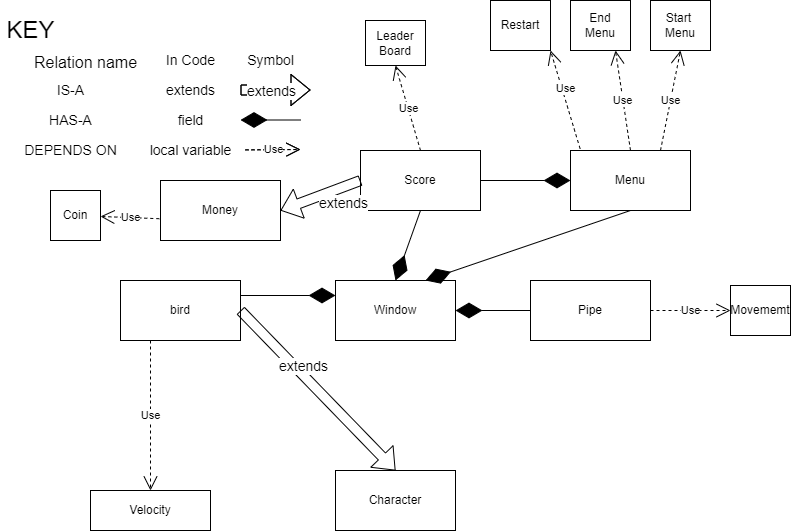
Earlier version of the draw.io export CapstoneProject/doc/UML.png (dgolan667/capstoneproject-period-2-group-7-black-team). Source tidied: cells renumbered, new cells last; positions are measured from the earlier drawing's top-left corner, leaving out a move shared by most shapes.
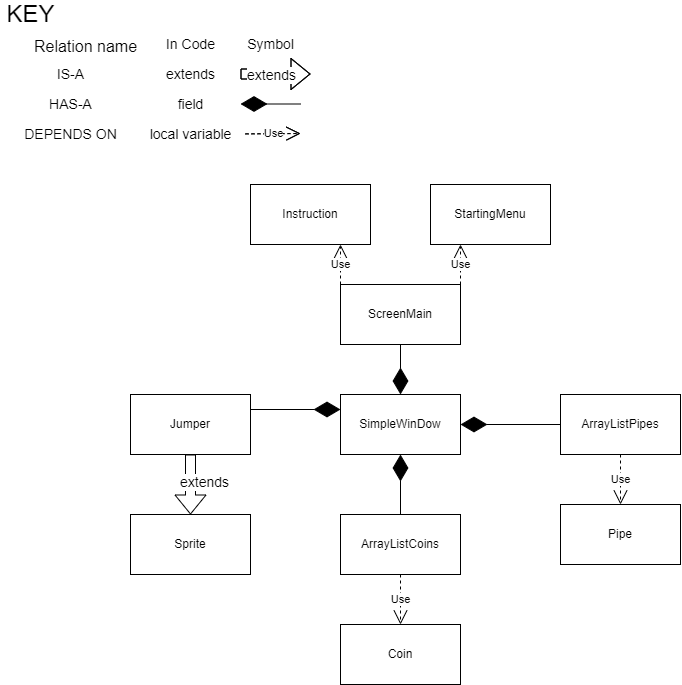
The same file after the commit.

Diff of the diagram source:
```diff
@@ -2,26 +2,23 @@
   <root>
     <mxCell id="0" />
     <mxCell id="1" parent="0" />
-    <mxCell id="2" value="Character" style="rounded=0;whiteSpace=wrap;html=1;" parent="1" vertex="1">
-      <mxGeometry x="335" y="470" width="120" height="60" as="geometry" />
+    <mxCell id="2" value="Sprite" style="rounded=0;whiteSpace=wrap;html=1;" parent="1" vertex="1">
+      <mxGeometry x="130" y="530" width="120" height="60" as="geometry" />
     </mxCell>
-    <mxCell id="3" value="Menu" style="rounded=0;whiteSpace=wrap;html=1;" parent="1" vertex="1">
-      <mxGeometry x="570" y="150" width="120" height="60" as="geometry" />
+    <mxCell id="3" value="StartingMenu" style="rounded=0;whiteSpace=wrap;html=1;" parent="1" vertex="1">
+      <mxGeometry x="430" y="200" width="120" height="60" as="geometry" />
     </mxCell>
-    <mxCell id="4" value="Score" style="rounded=0;whiteSpace=wrap;html=1;" parent="1" vertex="1">
-      <mxGeometry x="360" y="150" width="120" height="60" as="geometry" />
+    <mxCell id="4" value="Instruction" style="rounded=0;whiteSpace=wrap;html=1;" parent="1" vertex="1">
+      <mxGeometry x="250" y="200" width="120" height="60" as="geometry" />
     </mxCell>
-    <mxCell id="5" value="Window" style="whiteSpace=wrap;html=1;" parent="1" vertex="1">
-      <mxGeometry x="335" y="280" width="120" height="60" as="geometry" />
+    <mxCell id="5" value="SimpleWinDow" style="whiteSpace=wrap;html=1;" parent="1" vertex="1">
+      <mxGeometry x="340" y="410" width="120" height="60" as="geometry" />
     </mxCell>
-    <mxCell id="6" value="Pipe" style="whiteSpace=wrap;html=1;" parent="1" vertex="1">
-      <mxGeometry x="530" y="280" width="120" height="60" as="geometry" />
+    <mxCell id="6" value="ArrayListPipes" style="whiteSpace=wrap;html=1;" parent="1" vertex="1">
+      <mxGeometry x="560" y="410" width="120" height="60" as="geometry" />
     </mxCell>
-    <mxCell id="7" value="Money" style="whiteSpace=wrap;html=1;" parent="1" vertex="1">
-      <mxGeometry x="160" y="180" width="120" height="60" as="geometry" />
-    </mxCell>
-    <mxCell id="8" value="bird&lt;br&gt;" style="whiteSpace=wrap;html=1;" parent="1" vertex="1">
-      <mxGeometry x="120" y="280" width="120" height="60" as="geometry" />
+    <mxCell id="8" value="Jumper" style="whiteSpace=wrap;html=1;" parent="1" vertex="1">
+      <mxGeometry x="130" y="410" width="120" height="60" as="geometry" />
     </mxCell>
     <mxCell id="9" value="&lt;font style=&quot;font-size: 24px&quot;&gt;KEY&lt;/font&gt;" style="text;html=1;align=center;verticalAlign=middle;strokeColor=none;fillColor=none;" parent="1" vertex="1">
       <mxGeometry y="20" width="60" height="20" as="geometry" />
@@ -38,9 +35,6 @@
     <mxCell id="13" value="IS-A" style="text;html=1;align=center;verticalAlign=middle;strokeColor=none;fillColor=none;fontSize=14;" parent="1" vertex="1">
       <mxGeometry x="50" y="80" width="40" height="20" as="geometry" />
     </mxCell>
-    <mxCell id="14" value="Movememt" style="rounded=0;whiteSpace=wrap;html=1;" parent="1" vertex="1">
-      <mxGeometry x="730" y="285" width="60" height="50" as="geometry" />
-    </mxCell>
     <mxCell id="15" value="HAS-A" style="text;html=1;align=center;verticalAlign=middle;strokeColor=none;fillColor=none;fontSize=14;" parent="1" vertex="1">
       <mxGeometry x="40" y="110" width="60" height="20" as="geometry" />
     </mxCell>
@@ -53,9 +47,6 @@
     <mxCell id="18" value="field" style="text;html=1;align=center;verticalAlign=middle;strokeColor=none;fillColor=none;fontSize=14;" parent="1" vertex="1">
       <mxGeometry x="170" y="110" width="40" height="20" as="geometry" />
     </mxCell>
-    <mxCell id="19" value="Velocity" style="rounded=0;whiteSpace=wrap;html=1;" parent="1" vertex="1">
-      <mxGeometry x="90" y="490" width="120" height="40" as="geometry" />
-    </mxCell>
     <mxCell id="20" value="local variable" style="text;html=1;align=center;verticalAlign=middle;strokeColor=none;fillColor=none;fontSize=14;" parent="1" vertex="1">
       <mxGeometry x="140" y="140" width="100" height="20" as="geometry" />
     </mxCell>
@@ -65,9 +56,6 @@
         <mxPoint x="300" y="149" as="targetPoint" />
       </mxGeometry>
     </mxCell>
-    <mxCell id="22" style="endArrow=diamondThin;endFill=1;endSize=24;html=1;rounded=0;exitX=1;exitY=0.5;exitDx=0;exitDy=0;entryX=0;entryY=0.5;entryDx=0;entryDy=0;" parent="1" edge="1" source="4" target="3">
-      <mxGeometry relative="1" as="geometry" />
-    </mxCell>
     <mxCell id="23" style="endArrow=diamondThin;endFill=1;endSize=24;html=1;rounded=0;exitX=0;exitY=0;exitDx=0;exitDy=0;" parent="1" edge="1">
       <mxGeometry relative="1" as="geometry">
         <mxPoint x="300" y="119.5" as="sourcePoint" />
@@ -96,7 +84,7 @@
         <mxPoint x="7" y="7" as="offset" />
       </mxGeometry>
     </mxCell>
-    <mxCell id="28" style="shape=flexArrow;endArrow=classic;html=1;rounded=0;fontSize=14;exitX=1;exitY=0.5;exitDx=0;exitDy=0;entryX=0.5;entryY=0;entryDx=0;entryDy=0;" parent="1" edge="1" source="8" target="2">
+    <mxCell id="28" style="shape=flexArrow;endArrow=classic;html=1;rounded=0;fontSize=14;exitX=0.5;exitY=1;exitDx=0;exitDy=0;entryX=0.5;entryY=0;entryDx=0;entryDy=0;" parent="1" edge="1" source="8" target="2">
       <mxGeometry relative="1" as="geometry" />
     </mxCell>
     <mxCell id="29" value="extends" style="edgeLabel;html=1;align=center;verticalAlign=middle;fontSize=14;" parent="28" vertex="1">
@@ -104,69 +92,49 @@
         <mxPoint x="7" y="7" as="offset" />
       </mxGeometry>
     </mxCell>
-    <mxCell id="30" value="Use" style="endArrow=open;endSize=12;dashed=1;html=1;rounded=0;exitX=1;exitY=0.5;exitDx=0;exitDy=0;entryX=0;entryY=0.5;entryDx=0;entryDy=0;" parent="1" edge="1" source="6" target="14">
-      <mxGeometry relative="1" as="geometry" />
-    </mxCell>
-    <mxCell id="31" value="Use" style="endArrow=open;endSize=12;dashed=1;html=1;rounded=0;entryX=0.5;entryY=0;entryDx=0;entryDy=0;exitX=0.25;exitY=1;exitDx=0;exitDy=0;" parent="1" edge="1" source="8" target="19">
-      <mxGeometry relative="1" as="geometry" />
-    </mxCell>
-    <mxCell id="32" style="endArrow=diamondThin;endFill=1;endSize=24;html=1;rounded=0;entryX=0.5;entryY=0;entryDx=0;entryDy=0;exitX=0.5;exitY=1;exitDx=0;exitDy=0;" parent="1" edge="1" source="4" target="5">
-      <mxGeometry relative="1" as="geometry" />
-    </mxCell>
     <mxCell id="33" style="endArrow=diamondThin;endFill=1;endSize=24;html=1;rounded=0;entryX=1;entryY=0.5;entryDx=0;entryDy=0;" parent="1" edge="1" source="6" target="5">
       <mxGeometry relative="1" as="geometry" />
     </mxCell>
     <mxCell id="34" style="endArrow=diamondThin;endFill=1;endSize=24;html=1;rounded=0;entryX=0;entryY=0.25;entryDx=0;entryDy=0;exitX=1;exitY=0.25;exitDx=0;exitDy=0;" parent="1" edge="1" source="8" target="5">
       <mxGeometry relative="1" as="geometry" />
     </mxCell>
-    <mxCell id="35" style="endArrow=diamondThin;endFill=1;endSize=24;html=1;rounded=0;exitX=0.5;exitY=1;exitDx=0;exitDy=0;entryX=0.75;entryY=0;entryDx=0;entryDy=0;" parent="1" edge="1" source="3" target="5">
-      <mxGeometry relative="1" as="geometry" />
-    </mxCell>
+    <mxCell id="45" value="Use" style="endArrow=open;endSize=12;dashed=1;html=1;rounded=0;" parent="1" edge="1">
+      <mxGeometry relative="1" as="geometry">
+        <mxPoint x="245" y="149.4" as="sourcePoint" />
+        <mxPoint x="300" y="149" as="targetPoint" />
+      </mxGeometry>
+    </mxCell>
+    <mxCell id="49" value="Use" style="endArrow=open;endSize=12;dashed=1;html=1;rounded=0;exitX=0.5;exitY=1;exitDx=0;exitDy=0;entryX=0.5;entryY=0;entryDx=0;entryDy=0;" parent="1" edge="1" source="6" target="50">
+      <mxGeometry relative="1" as="geometry" />
+    </mxCell>
+    <mxCell id="50" value="Pipe" style="whiteSpace=wrap;html=1;" parent="1" vertex="1">
+      <mxGeometry x="560" y="520" width="120" height="60" as="geometry" />
+    </mxCell>
+    <mxCell id="51" value="ArrayListCoins" style="whiteSpace=wrap;html=1;" parent="1" vertex="1">
+      <mxGeometry x="340" y="530" width="120" height="60" as="geometry" />
+    </mxCell>
+    <mxCell id="52" style="endArrow=diamondThin;endFill=1;endSize=24;html=1;rounded=0;exitX=0.5;exitY=0;exitDx=0;exitDy=0;entryX=0.5;entryY=1;entryDx=0;entryDy=0;" parent="1" edge="1" source="51" target="5">
+      <mxGeometry relative="1" as="geometry" />
+    </mxCell>
-    <mxCell id="36" value="Coin" style="rounded=0;whiteSpace=wrap;html=1;" parent="1" vertex="1">
-      <mxGeometry x="50" y="190" width="50" height="50" as="geometry" />
+    <mxCell id="36" value="Coin" style="whiteSpace=wrap;html=1;" parent="1" vertex="1">
+      <mxGeometry x="340" y="640" width="120" height="60" as="geometry" />
     </mxCell>
-    <mxCell id="37" value="Use" style="endArrow=open;endSize=12;dashed=1;html=1;rounded=0;entryX=0.75;entryY=1;entryDx=0;entryDy=0;exitX=0.5;exitY=0;exitDx=0;exitDy=0;" parent="1" edge="1" source="3" target="39">
-      <mxGeometry relative="1" as="geometry" />
-    </mxCell>
-    <mxCell id="38" value="Use" style="endArrow=open;endSize=12;dashed=1;html=1;rounded=0;entryX=0.5;entryY=1;entryDx=0;entryDy=0;exitX=0.75;exitY=0;exitDx=0;exitDy=0;" parent="1" edge="1" source="3" target="40">
-      <mxGeometry relative="1" as="geometry" />
-    </mxCell>
-    <mxCell id="39" value="End&lt;br&gt;Menu" style="rounded=0;whiteSpace=wrap;html=1;" parent="1" vertex="1">
-      <mxGeometry x="570" width="60" height="50" as="geometry" />
-    </mxCell>
-    <mxCell id="40" value="Start&amp;nbsp;&lt;br&gt;Menu" style="rounded=0;whiteSpace=wrap;html=1;" parent="1" vertex="1">
-      <mxGeometry x="650" width="60" height="50" as="geometry" />
-    </mxCell>
-    <mxCell id="41" value="Leader&lt;br&gt;Board" style="rounded=0;whiteSpace=wrap;html=1;" parent="1" vertex="1">
-      <mxGeometry x="365" y="20" width="60" height="45" as="geometry" />
-    </mxCell>
-    <mxCell id="42" value="Restart" style="rounded=0;whiteSpace=wrap;html=1;" parent="1" vertex="1">
-      <mxGeometry x="490" width="60" height="50" as="geometry" />
-    </mxCell>
-    <mxCell id="43" value="Use" style="endArrow=open;endSize=12;dashed=1;html=1;rounded=0;entryX=1;entryY=1;entryDx=0;entryDy=0;exitX=0.08;exitY=-0.03;exitDx=0;exitDy=0;exitPerimeter=0;" parent="1" edge="1" source="3" target="42">
-      <mxGeometry x="0.21" y="-3" relative="1" as="geometry" />
-    </mxCell>
-    <mxCell id="44" value="Use" style="endArrow=open;endSize=12;dashed=1;html=1;rounded=0;exitX=-0.01;exitY=0.637;exitDx=0;exitDy=0;exitPerimeter=0;" parent="1" edge="1" source="7" target="36">
-      <mxGeometry relative="1" as="geometry" />
-    </mxCell>
-    <mxCell id="45" value="Use" style="endArrow=open;endSize=12;dashed=1;html=1;rounded=0;" parent="1" edge="1">
-      <mxGeometry relative="1" as="geometry">
-        <mxPoint x="245" y="149.4" as="sourcePoint" />
-        <mxPoint x="300" y="149" as="targetPoint" />
-      </mxGeometry>
-    </mxCell>
-    <mxCell id="46" value="Use" style="endArrow=open;endSize=12;dashed=1;html=1;rounded=0;entryX=0.5;entryY=1;entryDx=0;entryDy=0;" parent="1" edge="1" target="41">
-      <mxGeometry relative="1" as="geometry">
-        <mxPoint x="420" y="150" as="sourcePoint" />
-      </mxGeometry>
-    </mxCell>
-    <mxCell id="47" style="shape=flexArrow;endArrow=classic;html=1;rounded=0;fontSize=14;entryX=1;entryY=0.5;entryDx=0;entryDy=0;exitX=0;exitY=0.5;exitDx=0;exitDy=0;" parent="1" edge="1" source="4" target="7">
-      <mxGeometry relative="1" as="geometry" />
-    </mxCell>
-    <mxCell id="48" value="extends" style="edgeLabel;html=1;align=center;verticalAlign=middle;fontSize=14;" parent="47" vertex="1">
-      <mxGeometry x="-0.35" y="6" relative="1" as="geometry">
-        <mxPoint x="7" y="7" as="offset" />
-      </mxGeometry>
-    </mxCell>
+    <mxCell id="53" value="Use" style="endArrow=open;endSize=12;dashed=1;html=1;rounded=0;exitX=0.5;exitY=1;exitDx=0;exitDy=0;entryX=0.5;entryY=0;entryDx=0;entryDy=0;" parent="1" edge="1" source="51" target="36">
+      <mxGeometry relative="1" as="geometry" />
+    </mxCell>
+    <mxCell id="54" value="ScreenMain" style="whiteSpace=wrap;html=1;" parent="1" vertex="1">
+      <mxGeometry x="340" y="300" width="120" height="60" as="geometry" />
+    </mxCell>
+    <mxCell id="55" style="endArrow=diamondThin;endFill=1;endSize=24;html=1;rounded=0;exitX=0.5;exitY=1;exitDx=0;exitDy=0;" parent="1" edge="1" source="54">
+      <mxGeometry relative="1" as="geometry">
+        <mxPoint x="400" y="410" as="targetPoint" />
+      </mxGeometry>
+    </mxCell>
+    <mxCell id="56" value="Use" style="endArrow=open;endSize=12;dashed=1;html=1;rounded=0;entryX=0.75;entryY=1;entryDx=0;entryDy=0;exitX=0;exitY=0;exitDx=0;exitDy=0;" parent="1" edge="1" source="54" target="4">
+      <mxGeometry relative="1" as="geometry" />
+    </mxCell>
+    <mxCell id="57" value="Use" style="endArrow=open;endSize=12;dashed=1;html=1;rounded=0;entryX=0.25;entryY=1;entryDx=0;entryDy=0;exitX=1;exitY=0;exitDx=0;exitDy=0;" parent="1" edge="1" source="54" target="3">
+      <mxGeometry relative="1" as="geometry" />
+    </mxCell>
   </root>
 </mxGraphModel>
```
